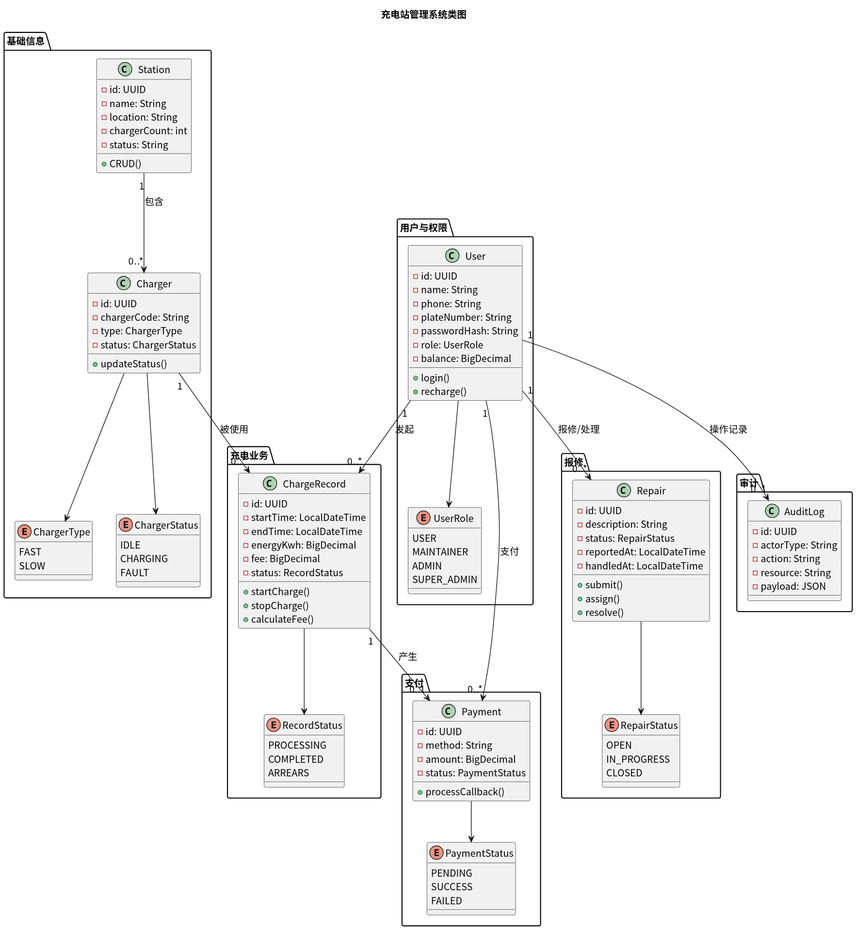
This is class/img/class_diagram.svg from greenhandzdl/charging-station-doc, a PlantUML export, as it was before one commit. The source it was exported from:
```plantuml
@startuml
skinparam defaultFontName "Noto Sans CJK SC"
skinparam defaultFontSize 14
title 充电站管理系统类图

package "基础信息" {

  class Station {
    - id: UUID
    - name: String
    - location: String
    - chargerCount: int
    - status: String
    + CRUD()
  }

  class Charger {
    - id: UUID
    - chargerCode: String
    - type: ChargerType
    - status: ChargerStatus
    + updateStatus()
  }

  enum ChargerType {
    FAST
    SLOW
  }

  enum ChargerStatus {
    IDLE
    CHARGING
    FAULT
  }

  Station "1" --> "0..*" Charger : 包含
  Charger --> ChargerType
  Charger --> ChargerStatus
}

package "用户与权限" {

  class User {
    - id: UUID
    - name: String
    - phone: String
    - plateNumber: String
    - passwordHash: String
    - role: UserRole
    - balance: BigDecimal
    + login()
    + recharge()
  }

  enum UserRole {
    USER
    MAINTAINER
    ADMIN
    SUPER_ADMIN
  }

  User --> UserRole
}

package "充电业务" {

  class ChargeRecord {
    - id: UUID
    - startTime: LocalDateTime
    - endTime: LocalDateTime
    - energyKwh: BigDecimal
    - fee: BigDecimal
    - status: RecordStatus
    + startCharge()
    + stopCharge()
    + calculateFee()
  }

  enum RecordStatus {
    PROCESSING
    COMPLETED
    ARREARS
  }

  ChargeRecord --> RecordStatus
}

package "支付" {

  class Payment {
    - id: UUID
    - method: String
    - amount: BigDecimal
    - status: PaymentStatus
    + processCallback()
  }

  enum PaymentStatus {
    PENDING
    SUCCESS
    FAILED
  }

  Payment --> PaymentStatus
}

package "报修" {

  class Repair {
    - id: UUID
    - description: String
    - status: RepairStatus
    - reportedAt: LocalDateTime
    - handledAt: LocalDateTime
    + submit()
    + assign()
    + resolve()
  }

  enum RepairStatus {
    OPEN
    IN_PROGRESS
    CLOSED
  }

  Repair --> RepairStatus
}

package "审计" {

  class AuditLog {
    - id: UUID
    - actorType: String
    - action: String
    - resource: String
    - payload: JSON
  }
}

Charger "1" --> "0..*" ChargeRecord : 被使用
User "1" --> "0..*" ChargeRecord : 发起
User "1" --> "0..*" Payment : 支付
User "1" --> "0..*" Repair : 报修/处理
ChargeRecord "1" --> "0..1" Payment : 产生
User "1" --> "0..*" AuditLog : 操作记录
@enduml
```
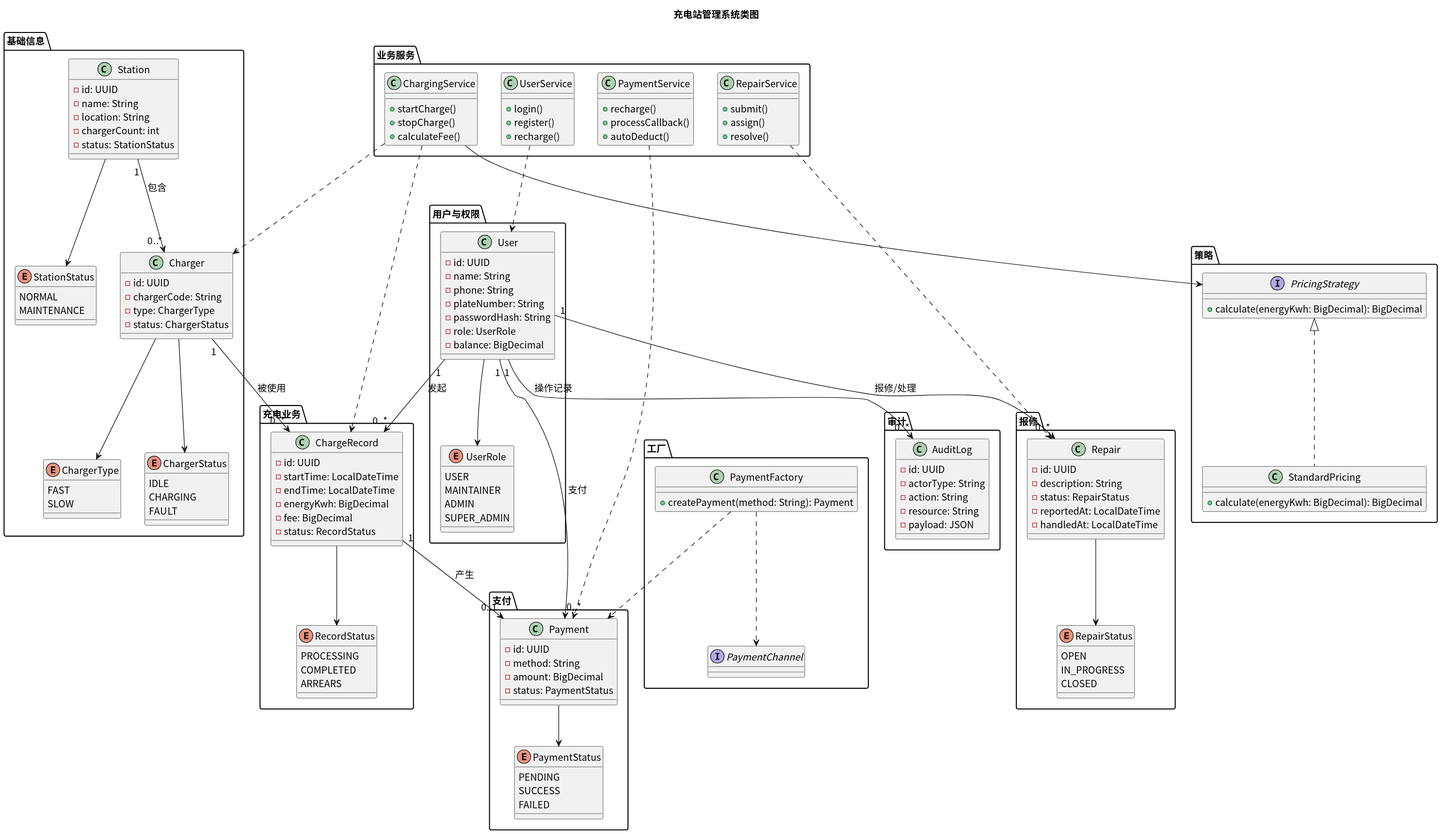
After the change.

Diff of the diagram source:
```diff
@@ -10,8 +10,12 @@
     - name: String
     - location: String
     - chargerCount: int
-    - status: String
-    + CRUD()
+    - status: StationStatus
+  }
+
+  enum StationStatus {
+    NORMAL
+    MAINTENANCE
   }
 
   class Charger {
@@ -19,7 +23,6 @@
     - chargerCode: String
     - type: ChargerType
     - status: ChargerStatus
-    + updateStatus()
   }
 
   enum ChargerType {
@@ -34,6 +37,7 @@
   }
 
   Station "1" --> "0..*" Charger : 包含
+  Station --> StationStatus
   Charger --> ChargerType
   Charger --> ChargerStatus
 }
@@ -48,8 +52,6 @@
     - passwordHash: String
     - role: UserRole
     - balance: BigDecimal
-    + login()
-    + recharge()
   }
 
   enum UserRole {
@@ -71,9 +73,6 @@
     - energyKwh: BigDecimal
     - fee: BigDecimal
     - status: RecordStatus
-    + startCharge()
-    + stopCharge()
-    + calculateFee()
   }
 
   enum RecordStatus {
@@ -92,7 +91,6 @@
     - method: String
     - amount: BigDecimal
     - status: PaymentStatus
-    + processCallback()
   }
 
   enum PaymentStatus {
@@ -112,9 +110,6 @@
     - status: RepairStatus
     - reportedAt: LocalDateTime
     - handledAt: LocalDateTime
-    + submit()
-    + assign()
-    + resolve()
   }
 
   enum RepairStatus {
@@ -137,6 +132,65 @@
   }
 }
 
+package "业务服务" {
+
+  class ChargingService {
+    + startCharge()
+    + stopCharge()
+    + calculateFee()
+  }
+
+  class PaymentService {
+    + recharge()
+    + processCallback()
+    + autoDeduct()
+  }
+
+  class RepairService {
+    + submit()
+    + assign()
+    + resolve()
+  }
+
+  class UserService {
+    + login()
+    + register()
+    + recharge()
+  }
+
+  ChargingService ..> ChargeRecord
+  ChargingService ..> Charger
+  PaymentService ..> Payment
+  UserService ..> User
+  RepairService ..> Repair
+}
+
+package "策略" {
+
+  interface PricingStrategy {
+    + calculate(energyKwh: BigDecimal): BigDecimal
+  }
+
+  class StandardPricing implements PricingStrategy {
+    + calculate(energyKwh: BigDecimal): BigDecimal
+  }
+
+  ChargingService --> PricingStrategy
+}
+
+package "工厂" {
+
+  interface PaymentChannel {
+  }
+
+  class PaymentFactory {
+    + createPayment(method: String): Payment
+  }
+
+  PaymentFactory ..> PaymentChannel
+  PaymentFactory ..> Payment
+}
+
 Charger "1" --> "0..*" ChargeRecord : 被使用
 User "1" --> "0..*" ChargeRecord : 发起
 User "1" --> "0..*" Payment : 支付
```
